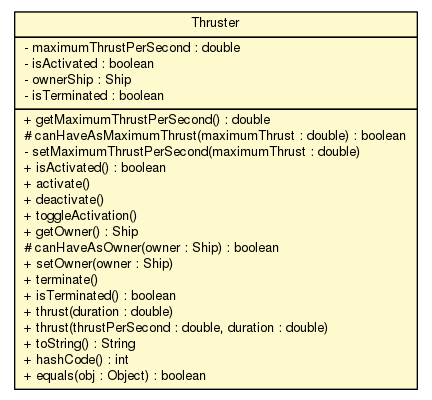
Before: doc/world/entity/ship/Thruster.png, a diagram exported from Graphviz (sinopeus/asteroids). Its source is kept beside it as doc/world/entity/ship/Thruster.dot. Source of this version:
```dot

digraph G {
	edge [fontname="Helvetica",fontsize=10,labelfontname="Helvetica",labelfontsize=10];
	node [fontname="Helvetica",fontsize=10,shape=plaintext];
	nodesep=0.25;
	ranksep=0.5;
	c16649 [label=<<table title="world.entity.ship.Thruster" border="0" cellborder="1" cellspacing="0" cellpadding="2" port="p" bgcolor="lemonChiffon" href="./Thruster.html">
		<tr><td><table border="0" cellspacing="0" cellpadding="1">
<tr><td align="center" balign="center"> Thruster </td></tr>
		</table></td></tr>
		<tr><td><table border="0" cellspacing="0" cellpadding="1">
<tr><td align="left" balign="left"> - maximumThrustPerSecond : double </td></tr>
<tr><td align="left" balign="left"> - isActivated : boolean </td></tr>
<tr><td align="left" balign="left"> - ownerShip : Ship </td></tr>
<tr><td align="left" balign="left"> - isTerminated : boolean </td></tr>
		</table></td></tr>
		<tr><td><table border="0" cellspacing="0" cellpadding="1">
<tr><td align="left" balign="left"> + getMaximumThrustPerSecond() : double </td></tr>
<tr><td align="left" balign="left"> # canHaveAsMaximumThrust(maximumThrust : double) : boolean </td></tr>
<tr><td align="left" balign="left"> - setMaximumThrustPerSecond(maximumThrust : double) </td></tr>
<tr><td align="left" balign="left"> + isActivated() : boolean </td></tr>
<tr><td align="left" balign="left"> + activate() </td></tr>
<tr><td align="left" balign="left"> + deactivate() </td></tr>
<tr><td align="left" balign="left"> + toggleActivation() </td></tr>
<tr><td align="left" balign="left"> + getOwner() : Ship </td></tr>
<tr><td align="left" balign="left"> # canHaveAsOwner(owner : Ship) : boolean </td></tr>
<tr><td align="left" balign="left"> + setOwner(owner : Ship) </td></tr>
<tr><td align="left" balign="left"> + terminate() </td></tr>
<tr><td align="left" balign="left"> + isTerminated() : boolean </td></tr>
<tr><td align="left" balign="left"> + thrust(duration : double) </td></tr>
<tr><td align="left" balign="left"> + thrust(thrustPerSecond : double, duration : double) </td></tr>
<tr><td align="left" balign="left"> + toString() : String </td></tr>
<tr><td align="left" balign="left"> + hashCode() : int </td></tr>
<tr><td align="left" balign="left"> + equals(obj : Object) : boolean </td></tr>
		</table></td></tr>
		</table>>, URL="./Thruster.html", fontname="Helvetica", fontcolor="black", fontsize=10.0];
}
```
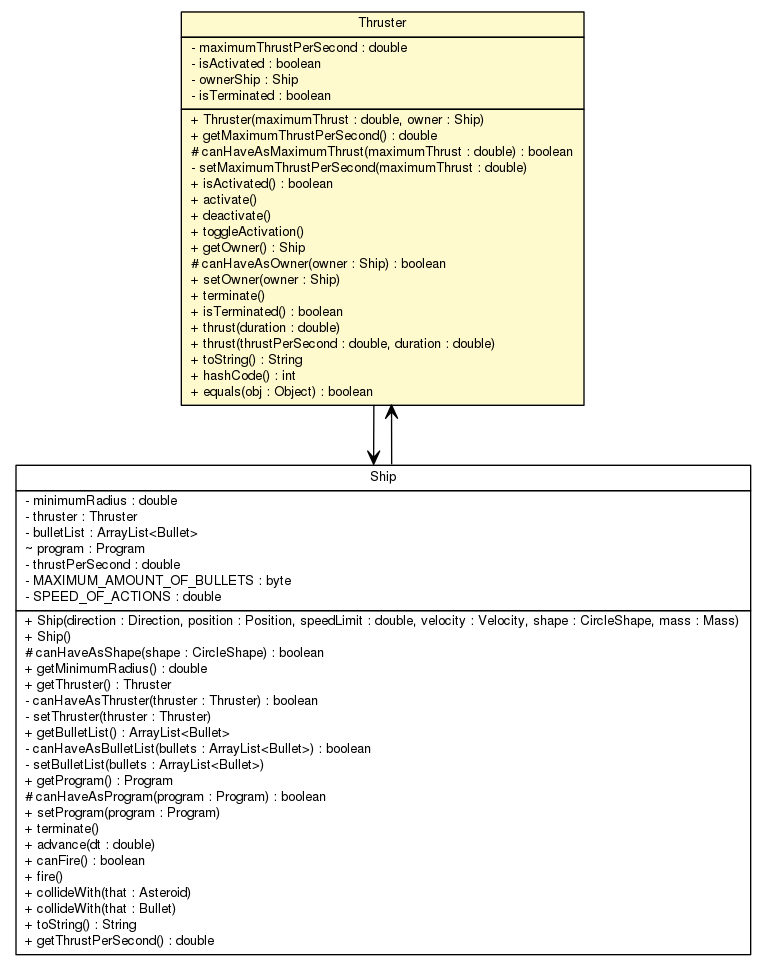
After the commit.

What changed in the source:
```diff
@@ -4,7 +4,7 @@
 	node [fontname="Helvetica",fontsize=10,shape=plaintext];
 	nodesep=0.25;
 	ranksep=0.5;
-	c16649 [label=<<table title="world.entity.ship.Thruster" border="0" cellborder="1" cellspacing="0" cellpadding="2" port="p" bgcolor="lemonChiffon" href="./Thruster.html">
+	c16703 [label=<<table title="world.entity.ship.Thruster" border="0" cellborder="1" cellspacing="0" cellpadding="2" port="p" bgcolor="lemonChiffon" href="./Thruster.html">
 		<tr><td><table border="0" cellspacing="0" cellpadding="1">
 <tr><td align="center" balign="center"> Thruster </td></tr>
 		</table></td></tr>
@@ -15,6 +15,7 @@
 <tr><td align="left" balign="left"> - isTerminated : boolean </td></tr>
 		</table></td></tr>
 		<tr><td><table border="0" cellspacing="0" cellpadding="1">
+<tr><td align="left" balign="left"> + Thruster(maximumThrust : double, owner : Ship) </td></tr>
 <tr><td align="left" balign="left"> + getMaximumThrustPerSecond() : double </td></tr>
 <tr><td align="left" balign="left"> # canHaveAsMaximumThrust(maximumThrust : double) : boolean </td></tr>
 <tr><td align="left" balign="left"> - setMaximumThrustPerSecond(maximumThrust : double) </td></tr>
@@ -34,4 +35,43 @@
 <tr><td align="left" balign="left"> + equals(obj : Object) : boolean </td></tr>
 		</table></td></tr>
 		</table>>, URL="./Thruster.html", fontname="Helvetica", fontcolor="black", fontsize=10.0];
+	c16704 [label=<<table title="world.entity.ship.Ship" border="0" cellborder="1" cellspacing="0" cellpadding="2" port="p" href="./Ship.html">
+		<tr><td><table border="0" cellspacing="0" cellpadding="1">
+<tr><td align="center" balign="center"> Ship </td></tr>
+		</table></td></tr>
+		<tr><td><table border="0" cellspacing="0" cellpadding="1">
+<tr><td align="left" balign="left"> - minimumRadius : double </td></tr>
+<tr><td align="left" balign="left"> - thruster : Thruster </td></tr>
+<tr><td align="left" balign="left"> - bulletList : ArrayList&lt;Bullet&gt; </td></tr>
+<tr><td align="left" balign="left"> ~ program : Program </td></tr>
+<tr><td align="left" balign="left"> - thrustPerSecond : double </td></tr>
+<tr><td align="left" balign="left"> - MAXIMUM_AMOUNT_OF_BULLETS : byte </td></tr>
+<tr><td align="left" balign="left"> - SPEED_OF_ACTIONS : double </td></tr>
+		</table></td></tr>
+		<tr><td><table border="0" cellspacing="0" cellpadding="1">
+<tr><td align="left" balign="left"> + Ship(direction : Direction, position : Position, speedLimit : double, velocity : Velocity, shape : CircleShape, mass : Mass) </td></tr>
+<tr><td align="left" balign="left"> + Ship() </td></tr>
+<tr><td align="left" balign="left"> # canHaveAsShape(shape : CircleShape) : boolean </td></tr>
+<tr><td align="left" balign="left"> + getMinimumRadius() : double </td></tr>
+<tr><td align="left" balign="left"> + getThruster() : Thruster </td></tr>
+<tr><td align="left" balign="left"> - canHaveAsThruster(thruster : Thruster) : boolean </td></tr>
+<tr><td align="left" balign="left"> - setThruster(thruster : Thruster) </td></tr>
+<tr><td align="left" balign="left"> + getBulletList() : ArrayList&lt;Bullet&gt; </td></tr>
+<tr><td align="left" balign="left"> - canHaveAsBulletList(bullets : ArrayList&lt;Bullet&gt;) : boolean </td></tr>
+<tr><td align="left" balign="left"> - setBulletList(bullets : ArrayList&lt;Bullet&gt;) </td></tr>
+<tr><td align="left" balign="left"> + getProgram() : Program </td></tr>
+<tr><td align="left" balign="left"> # canHaveAsProgram(program : Program) : boolean </td></tr>
+<tr><td align="left" balign="left"> + setProgram(program : Program) </td></tr>
+<tr><td align="left" balign="left"> + terminate() </td></tr>
+<tr><td align="left" balign="left"> + advance(dt : double) </td></tr>
+<tr><td align="left" balign="left"> + canFire() : boolean </td></tr>
+<tr><td align="left" balign="left"> + fire() </td></tr>
+<tr><td align="left" balign="left"> + collideWith(that : Asteroid) </td></tr>
+<tr><td align="left" balign="left"> + collideWith(that : Bullet) </td></tr>
+<tr><td align="left" balign="left"> + toString() : String </td></tr>
+<tr><td align="left" balign="left"> + getThrustPerSecond() : double </td></tr>
+		</table></td></tr>
+		</table>>, URL="./Ship.html", fontname="Helvetica", fontcolor="black", fontsize=10.0];
+	c16703:p -> c16704:p [taillabel="", label="", headlabel="", fontname="Helvetica", fontcolor="black", fontsize=10.0, color="black", arrowhead=open];
+	c16704:p -> c16703:p [taillabel="", label="", headlabel="", fontname="Helvetica", fontcolor="black", fontsize=10.0, color="black", arrowhead=open];
 }
```
